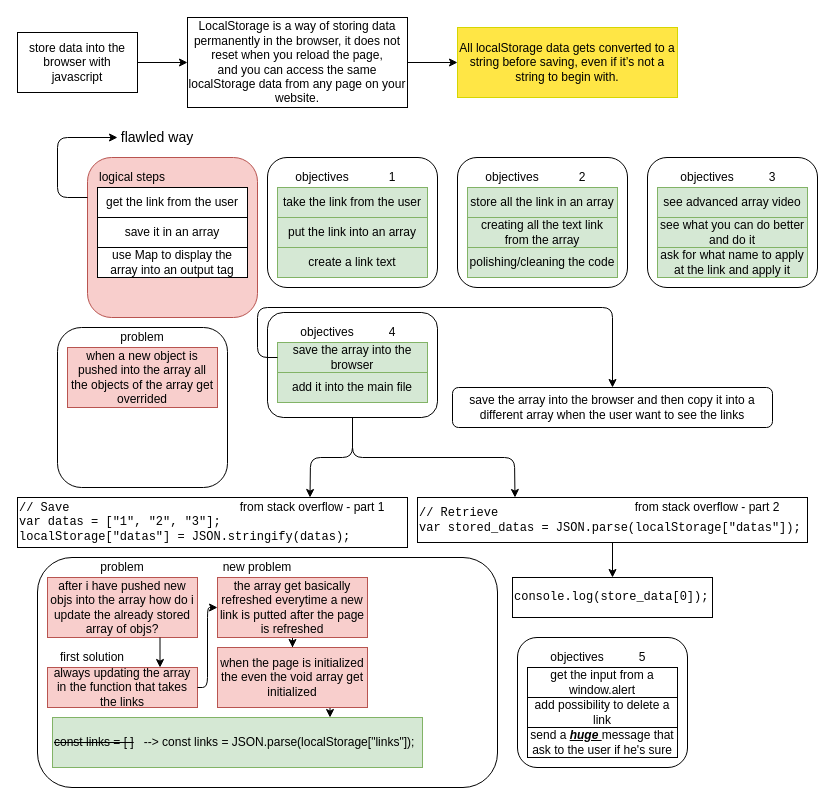
Before: data_storage.drawio in gabrieleboccarusso/startpage, a draw.io diagram. Source tidied: cells renumbered, new cells numbered last; positions are measured from the earlier drawing's top-left corner, leaving out a move shared by most shapes. Both pictures are drawn from the tidied source at 100%, with x=0, y=0 at pixel (17, 17).
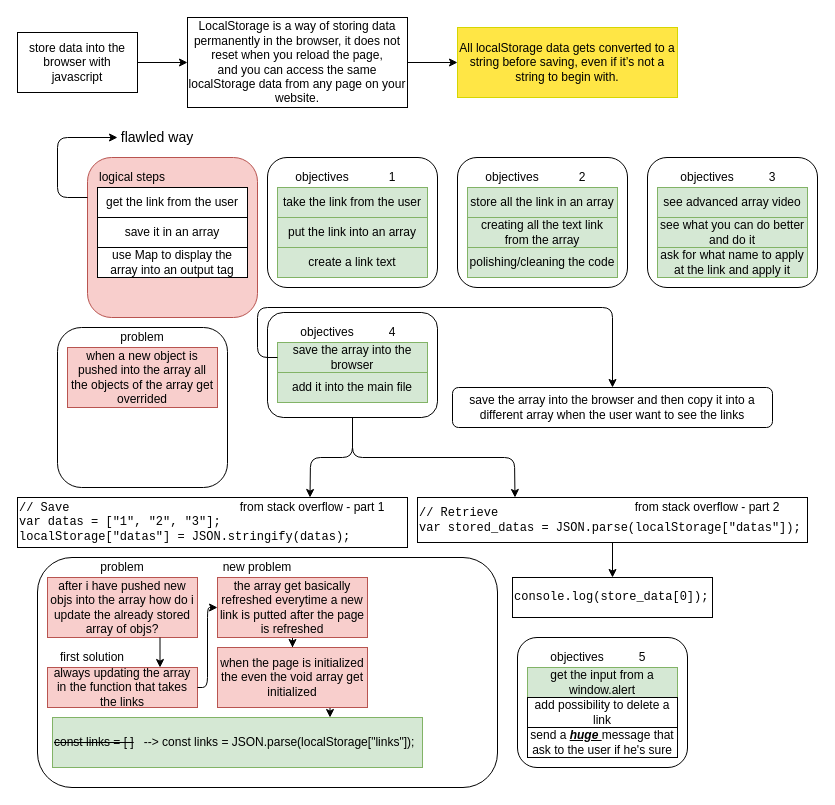
After the change.

Commit message (it also covers changes not shown here):
now taking input from a window alert (a pop up)

What changed in the source:
```diff
@@
-    <mxCell id="65" value="get the input from a window.alert" style="rounded=0;whiteSpace=wrap;html=1;" parent="1" vertex="1">
+    <mxCell id="65" value="get the input from a window.alert" style="rounded=0;whiteSpace=wrap;html=1;fillColor=#d5e8d4;strokeColor=#82b366;" parent="1" vertex="1">
       <mxGeometry x="510" y="650" width="150" height="30" as="geometry" />
     </mxCell>
```
